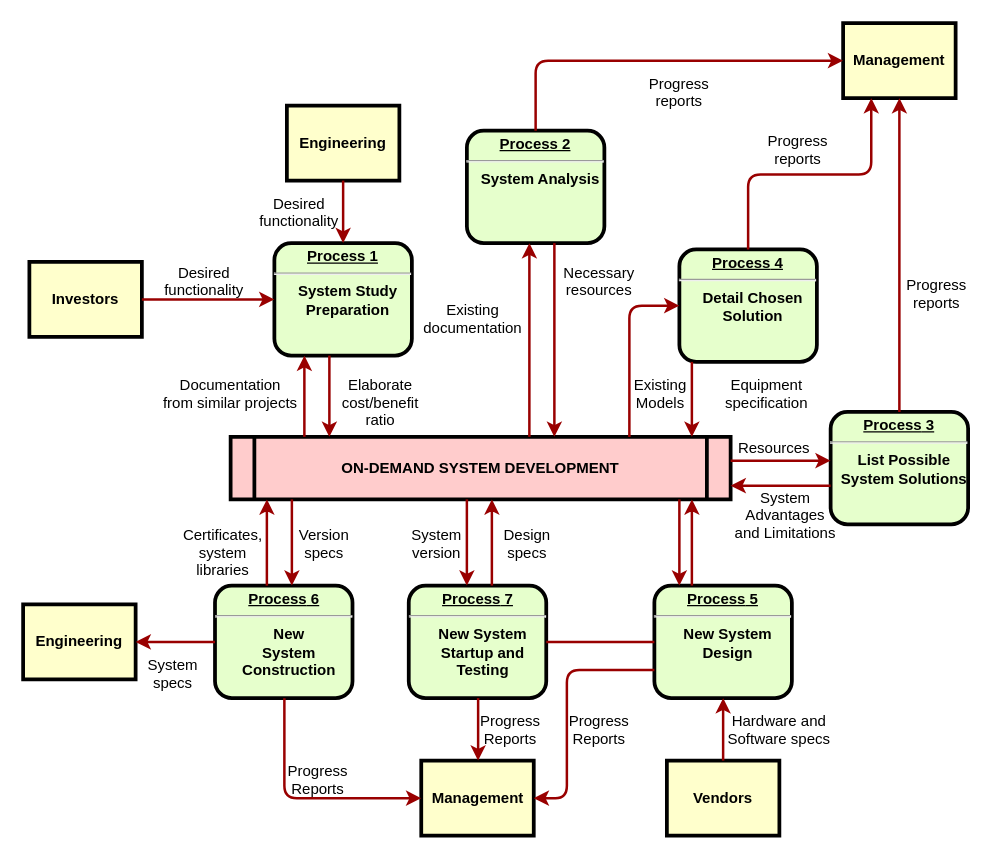
The draw.io diagram 未命名绘图.drawio in guangmingzhengda/Sanguosha, before the edit. Source tidied: cells renumbered, new cells numbered last; positions are measured from the earlier drawing's top-left corner, leaving out a move shared by most shapes. Both pictures are drawn from the tidied source at 125%, with x=0, y=0 at pixel (22, 22).
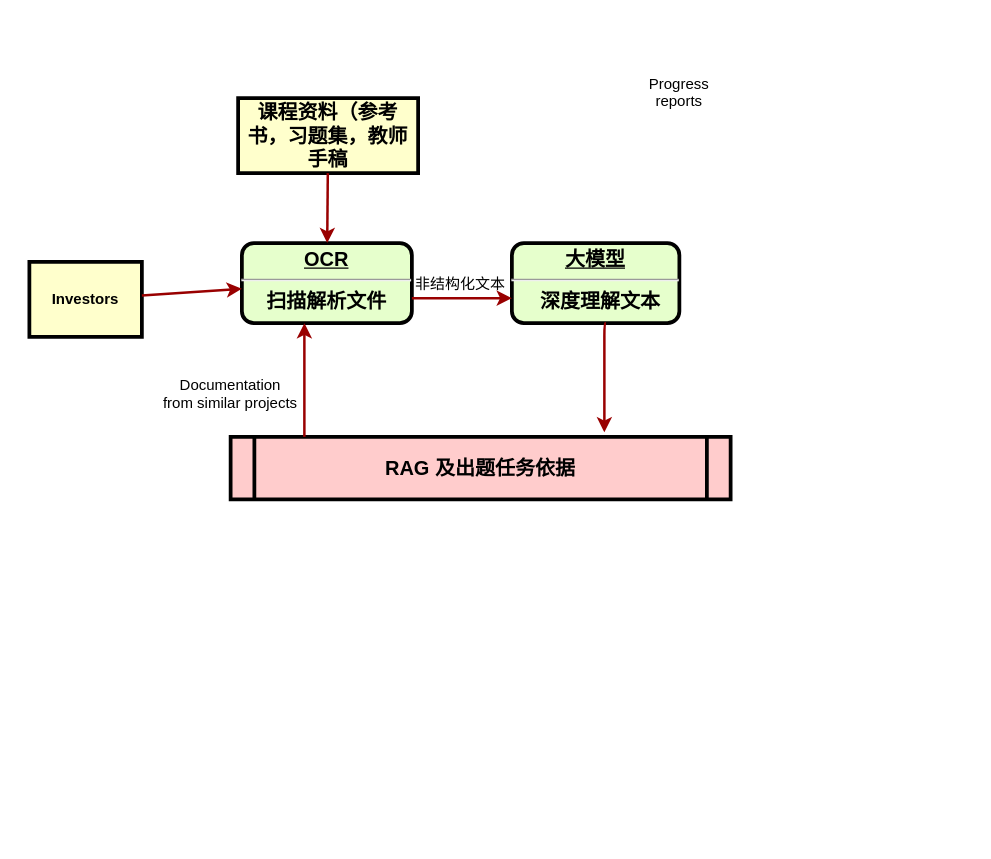
After the change.

Commit message:
更新未命名绘图.drawio

Change to the diagram source:
```diff
@@
-    <mxCell id="2" value="&lt;p style=&quot;margin: 0px; margin-top: 4px; text-align: center; text-decoration: underline;&quot;&gt;&lt;strong&gt;Process 1&lt;br /&gt;&lt;/strong&gt;&lt;/p&gt;&lt;hr /&gt;&lt;p style=&quot;margin: 0px; margin-left: 8px;&quot;&gt;System Study&lt;/p&gt;&lt;p style=&quot;margin: 0px; margin-left: 8px;&quot;&gt;Preparation&lt;/p&gt;" style="verticalAlign=middle;align=center;overflow=fill;fontSize=12;fontFamily=Helvetica;html=1;rounded=1;fontStyle=1;strokeWidth=3;fillColor=#E6FFCC;" parent="1" vertex="1">
-      <mxGeometry x="201" y="176" width="110" height="90" as="geometry" />
+    <mxCell id="2" value="&lt;p style=&quot;margin: 4px 0px 0px; text-decoration: underline;&quot;&gt;&lt;strong&gt;&lt;font style=&quot;font-size: 16px;&quot;&gt;OCR&lt;/font&gt;&lt;/strong&gt;&lt;/p&gt;&lt;hr&gt;&lt;font style=&quot;font-size: 16px;&quot;&gt;扫描解析文件&lt;/font&gt;" style="verticalAlign=middle;align=center;overflow=fill;fontSize=12;fontFamily=Helvetica;html=1;rounded=1;fontStyle=1;strokeWidth=3;fillColor=#E6FFCC;" parent="1" vertex="1">
+      <mxGeometry x="175" y="176" width="136" height="64" as="geometry" />
     </mxCell>
-    <mxCell id="3" value="Engineering" style="whiteSpace=wrap;align=center;verticalAlign=middle;fontStyle=1;strokeWidth=3;fillColor=#FFFFCC;" parent="1" vertex="1">
-      <mxGeometry x="211" y="66" width="90" height="60" as="geometry" />
+    <mxCell id="3" value="课程资料（参考书，习题集，教师手稿" style="whiteSpace=wrap;align=center;verticalAlign=middle;fontStyle=1;strokeWidth=3;fillColor=#FFFFCC;fontSize=16;" parent="1" vertex="1">
+      <mxGeometry x="172" y="60" width="144" height="60" as="geometry" />
     </mxCell>
@@
-    <mxCell id="5" value="ON-DEMAND SYSTEM DEVELOPMENT" style="shape=process;whiteSpace=wrap;align=center;verticalAlign=middle;size=0.0475;fontStyle=1;strokeWidth=3;fillColor=#FFCCCC;" parent="1" vertex="1">
+    <mxCell id="5" value="RAG 及出题任务依据" style="shape=process;whiteSpace=wrap;align=center;verticalAlign=middle;size=0.0475;fontStyle=1;strokeWidth=3;fillColor=#FFCCCC;fontSize=16;" parent="1" vertex="1">
       <mxGeometry x="166" y="331" width="400" height="50" as="geometry" />
     </mxCell>
-    <mxCell id="6" value="&lt;p style=&quot;margin: 0px; margin-top: 4px; text-align: center; text-decoration: underline;&quot;&gt;&lt;strong&gt;Process 2&lt;br /&gt;&lt;/strong&gt;&lt;/p&gt;&lt;hr /&gt;&lt;p style=&quot;margin: 0px; margin-left: 8px;&quot;&gt;System Analysis&lt;/p&gt;" style="verticalAlign=middle;align=center;overflow=fill;fontSize=12;fontFamily=Helvetica;html=1;rounded=1;fontStyle=1;strokeWidth=3;fillColor=#E6FFCC;" parent="1" vertex="1">
-      <mxGeometry x="355" y="86" width="110" height="90" as="geometry" />
+    <mxCell id="6" value="&lt;p style=&quot;margin: 4px 0px 0px; text-align: center; text-decoration: underline;&quot;&gt;&lt;font style=&quot;font-size: 16px;&quot;&gt;&lt;strong&gt;大模型&lt;/strong&gt;&lt;/font&gt;&lt;/p&gt;&lt;hr&gt;&lt;p style=&quot;margin: 0px; margin-left: 8px;&quot;&gt;&lt;font style=&quot;font-size: 16px;&quot;&gt;深度理解文本&lt;/font&gt;&lt;/p&gt;" style="verticalAlign=middle;align=center;overflow=fill;fontSize=12;fontFamily=Helvetica;html=1;rounded=1;fontStyle=1;strokeWidth=3;fillColor=#E6FFCC;" parent="1" vertex="1">
+      <mxGeometry x="391" y="176" width="134" height="64" as="geometry" />
     </mxCell>
-    <mxCell id="7" value="&lt;p style=&quot;margin: 0px; margin-top: 4px; text-align: center; text-decoration: underline;&quot;&gt;&lt;strong&gt;&lt;strong&gt;Process&lt;/strong&gt; 3&lt;br /&gt;&lt;/strong&gt;&lt;/p&gt;&lt;hr /&gt;&lt;p style=&quot;margin: 0px; margin-left: 8px;&quot;&gt;List Possible&lt;/p&gt;&lt;p style=&quot;margin: 0px; margin-left: 8px;&quot;&gt;System Solutions&lt;/p&gt;" style="verticalAlign=middle;align=center;overflow=fill;fontSize=12;fontFamily=Helvetica;html=1;rounded=1;fontStyle=1;strokeWidth=3;fillColor=#E6FFCC;" parent="1" vertex="1">
-      <mxGeometry x="646" y="311" width="110" height="90" as="geometry" />
-    </mxCell>
-    <mxCell id="8" value="&lt;p style=&quot;margin: 0px; margin-top: 4px; text-align: center; text-decoration: underline;&quot;&gt;&lt;strong&gt;&lt;strong&gt;Process&lt;/strong&gt; 4&lt;br /&gt;&lt;/strong&gt;&lt;/p&gt;&lt;hr /&gt;&lt;p style=&quot;margin: 0px; margin-left: 8px;&quot;&gt;Detail Chosen&lt;/p&gt;&lt;p style=&quot;margin: 0px; margin-left: 8px;&quot;&gt;Solution&lt;/p&gt;" style="verticalAlign=middle;align=center;overflow=fill;fontSize=12;fontFamily=Helvetica;html=1;rounded=1;fontStyle=1;strokeWidth=3;fillColor=#E6FFCC;" parent="1" vertex="1">
-      <mxGeometry x="525" y="181" width="110" height="90" as="geometry" />
-    </mxCell>
-    <mxCell id="9" value="&lt;p style=&quot;margin: 0px; margin-top: 4px; text-align: center; text-decoration: underline;&quot;&gt;&lt;strong&gt;&lt;strong&gt;Process&lt;/strong&gt; 5&lt;br /&gt;&lt;/strong&gt;&lt;/p&gt;&lt;hr /&gt;&lt;p style=&quot;margin: 0px; margin-left: 8px;&quot;&gt;New System&lt;/p&gt;&lt;p style=&quot;margin: 0px; margin-left: 8px;&quot;&gt;Design&lt;/p&gt;" style="verticalAlign=middle;align=center;overflow=fill;fontSize=12;fontFamily=Helvetica;html=1;rounded=1;fontStyle=1;strokeWidth=3;fillColor=#E6FFCC;" parent="1" vertex="1">
-      <mxGeometry x="505" y="450" width="110" height="90" as="geometry" />
-    </mxCell>
-    <mxCell id="10" value="&lt;p style=&quot;margin: 0px; margin-top: 4px; text-align: center; text-decoration: underline;&quot;&gt;&lt;strong&gt;&lt;strong&gt;Process&lt;/strong&gt; 6&lt;br /&gt;&lt;/strong&gt;&lt;/p&gt;&lt;hr /&gt;&lt;p style=&quot;margin: 0px; margin-left: 8px;&quot;&gt;New&lt;/p&gt;&lt;p style=&quot;margin: 0px; margin-left: 8px;&quot;&gt;System&lt;/p&gt;&lt;p style=&quot;margin: 0px; margin-left: 8px;&quot;&gt;Construction&lt;/p&gt;" style="verticalAlign=middle;align=center;overflow=fill;fontSize=12;fontFamily=Helvetica;html=1;rounded=1;fontStyle=1;strokeWidth=3;fillColor=#E6FFCC;" parent="1" vertex="1">
-      <mxGeometry x="153.5" y="450" width="110" height="90" as="geometry" />
-    </mxCell>
-    <mxCell id="11" value="Management" style="whiteSpace=wrap;align=center;verticalAlign=middle;fontStyle=1;strokeWidth=3;fillColor=#FFFFCC;" parent="1" vertex="1">
-      <mxGeometry x="656" width="90" height="60" as="geometry" />
-    </mxCell>
-    <mxCell id="12" value="Management" style="whiteSpace=wrap;align=center;verticalAlign=middle;fontStyle=1;strokeWidth=3;fillColor=#FFFFCC;" parent="1" vertex="1">
-      <mxGeometry x="318.5" y="590" width="90" height="60" as="geometry" />
-    </mxCell>
-    <mxCell id="13" value="Engineering" style="whiteSpace=wrap;align=center;verticalAlign=middle;fontStyle=1;strokeWidth=3;fillColor=#FFFFCC;" parent="1" vertex="1">
-      <mxGeometry y="465" width="90" height="60" as="geometry" />
-    </mxCell>
-    <mxCell id="14" value="Vendors" style="whiteSpace=wrap;align=center;verticalAlign=middle;fontStyle=1;strokeWidth=3;fillColor=#FFFFCC;" parent="1" vertex="1">
-      <mxGeometry x="515" y="590" width="90" height="60" as="geometry" />
-    </mxCell>
@@
-    <mxCell id="17" value="&lt;p style=&quot;margin: 0px; margin-top: 4px; text-align: center; text-decoration: underline;&quot;&gt;&lt;strong&gt;&lt;strong&gt;Process&lt;/strong&gt; 7&lt;br /&gt;&lt;/strong&gt;&lt;/p&gt;&lt;hr /&gt;&lt;p style=&quot;margin: 0px; margin-left: 8px;&quot;&gt;New System&lt;/p&gt;&lt;p style=&quot;margin: 0px; margin-left: 8px;&quot;&gt;Startup and&lt;/p&gt;&lt;p style=&quot;margin: 0px; margin-left: 8px;&quot;&gt;Testing&lt;/p&gt;" style="verticalAlign=middle;align=center;overflow=fill;fontSize=12;fontFamily=Helvetica;html=1;rounded=1;fontStyle=1;strokeWidth=3;fillColor=#E6FFCC;" parent="1" vertex="1">
-      <mxGeometry x="308.5" y="450" width="110" height="90" as="geometry" />
-    </mxCell>
-    <mxCell id="18" style="endArrow=none;noEdgeStyle=1;strokeColor=#990000;strokeWidth=2;" parent="1" edge="1" source="9" target="17">
-      <mxGeometry relative="1" as="geometry" />
-    </mxCell>
-    <mxCell id="19" value="Desired &#10;functionality" style="text;spacingTop=-5;align=center;" parent="1" vertex="1">
-      <mxGeometry x="130" y="191" width="30" height="20" as="geometry" />
+    <mxCell id="19" value="非结构化文本" style="text;spacingTop=-5;align=center;" parent="1" vertex="1">
+      <mxGeometry x="335" y="200" width="30" height="20" as="geometry" />
     </mxCell>
-    <mxCell id="20" value="Desired &#10;functionality" style="text;spacingTop=-5;align=center;" parent="1" vertex="1">
-      <mxGeometry x="206" y="136" width="30" height="20" as="geometry" />
-    </mxCell>
@@
-    <mxCell id="23" style="edgeStyle=elbowEdgeStyle;elbow=horizontal;strokeColor=#990000;strokeWidth=2;" parent="1" edge="1" source="2" target="5">
-      <mxGeometry relative="1" as="geometry">
-        <Array as="points">
-          <mxPoint x="245" y="300" />
-        </Array>
-      </mxGeometry>
-    </mxCell>
-    <mxCell id="24" value="Elaborate&#10;cost/benefit&#10;ratio" style="text;spacingTop=-5;align=center;" parent="1" vertex="1">
-      <mxGeometry x="271" y="281" width="30" height="20" as="geometry" />
-    </mxCell>
-    <mxCell id="25" style="edgeStyle=elbowEdgeStyle;elbow=horizontal;strokeColor=#990000;strokeWidth=2;" parent="1" edge="1" source="5" target="6">
-      <mxGeometry relative="1" as="geometry">
-        <Array as="points">
-          <mxPoint x="405" y="250" />
-        </Array>
-      </mxGeometry>
-    </mxCell>
-    <mxCell id="26" style="edgeStyle=elbowEdgeStyle;elbow=horizontal;strokeColor=#990000;strokeWidth=2;" parent="1" edge="1" source="6" target="5">
-      <mxGeometry relative="1" as="geometry">
-        <Array as="points">
-          <mxPoint x="425" y="260" />
-        </Array>
-      </mxGeometry>
-    </mxCell>
-    <mxCell id="27" value="Existing&#10;documentation" style="text;spacingTop=-5;align=center;" parent="1" vertex="1">
-      <mxGeometry x="345" y="221" width="30" height="20" as="geometry" />
-    </mxCell>
-    <mxCell id="28" value="Necessary&#10;resources" style="text;spacingTop=-5;align=center;" parent="1" vertex="1">
-      <mxGeometry x="446" y="191" width="30" height="20" as="geometry" />
-    </mxCell>
@@
-    <mxCell id="30" value="Progress&#10;reports" style="text;spacingTop=-5;align=center;" parent="1" vertex="1">
-      <mxGeometry x="605" y="86" width="30" height="20" as="geometry" />
-    </mxCell>
-    <mxCell id="31" value="Progress&#10;reports" style="text;spacingTop=-5;align=center;" parent="1" vertex="1">
-      <mxGeometry x="716" y="201" width="30" height="20" as="geometry" />
-    </mxCell>
-    <mxCell id="32" style="edgeStyle=elbowEdgeStyle;elbow=horizontal;strokeColor=#990000;strokeWidth=2;" parent="1" edge="1" source="6" target="11">
-      <mxGeometry relative="1" as="geometry">
-        <Array as="points">
-          <mxPoint x="410" y="80" />
-        </Array>
-      </mxGeometry>
-    </mxCell>
-    <mxCell id="33" style="edgeStyle=elbowEdgeStyle;elbow=vertical;entryX=0.25;entryY=1;strokeColor=#990000;strokeWidth=2;" parent="1" edge="1" source="8" target="11">
-      <mxGeometry relative="1" as="geometry" />
-    </mxCell>
-    <mxCell id="34" style="edgeStyle=elbowEdgeStyle;elbow=horizontal;strokeColor=#990000;strokeWidth=2;" parent="1" edge="1" source="7" target="11">
-      <mxGeometry relative="1" as="geometry" />
-    </mxCell>
-    <mxCell id="35" style="edgeStyle=elbowEdgeStyle;elbow=horizontal;strokeColor=#990000;strokeWidth=2;" parent="1" edge="1" source="8" target="5">
-      <mxGeometry relative="1" as="geometry">
-        <Array as="points">
-          <mxPoint x="535" y="300" />
-        </Array>
-      </mxGeometry>
-    </mxCell>
-    <mxCell id="36" style="edgeStyle=segmentEdgeStyle;strokeColor=#990000;strokeWidth=2;" parent="1" edge="1" source="5" target="8">
-      <mxGeometry relative="1" as="geometry">
-        <Array as="points">
-          <mxPoint x="485" y="226" />
-        </Array>
-      </mxGeometry>
-    </mxCell>
-    <mxCell id="37" value="Existing&#10;Models" style="text;spacingTop=-5;align=center;" parent="1" vertex="1">
-      <mxGeometry x="495" y="281" width="30" height="20" as="geometry" />
-    </mxCell>
-    <mxCell id="38" value="Equipment&#10;specification" style="text;spacingTop=-5;align=center;" parent="1" vertex="1">
-      <mxGeometry x="580" y="281" width="30" height="20" as="geometry" />
-    </mxCell>
-    <mxCell id="39" style="edgeStyle=elbowEdgeStyle;elbow=vertical;strokeColor=#990000;strokeWidth=2;" parent="1" edge="1" source="5" target="7">
-      <mxGeometry relative="1" as="geometry">
-        <Array as="points">
-          <mxPoint x="615" y="350" />
-        </Array>
-      </mxGeometry>
-    </mxCell>
-    <mxCell id="40" style="edgeStyle=elbowEdgeStyle;elbow=vertical;strokeColor=#990000;strokeWidth=2;" parent="1" edge="1" source="7" target="5">
-      <mxGeometry relative="1" as="geometry">
-        <Array as="points">
-          <mxPoint x="615" y="370" />
-        </Array>
-      </mxGeometry>
-    </mxCell>
-    <mxCell id="41" value="Resources" style="text;spacingTop=-5;align=center;" parent="1" vertex="1">
-      <mxGeometry x="586" y="331" width="30" height="20" as="geometry" />
-    </mxCell>
-    <mxCell id="42" value="System &#10;Advantages &#10;and Limitations" style="text;spacingTop=-5;align=center;" parent="1" vertex="1">
-      <mxGeometry x="595" y="371" width="30" height="20" as="geometry" />
-    </mxCell>
-    <mxCell id="43" style="edgeStyle=elbowEdgeStyle;elbow=horizontal;strokeColor=#990000;strokeWidth=2;" parent="1" edge="1" source="9" target="5">
-      <mxGeometry relative="1" as="geometry">
-        <Array as="points">
-          <mxPoint x="535" y="410" />
-        </Array>
-      </mxGeometry>
-    </mxCell>
-    <mxCell id="44" style="edgeStyle=elbowEdgeStyle;elbow=horizontal;strokeColor=#990000;strokeWidth=2;" parent="1" edge="1" source="5" target="9">
-      <mxGeometry relative="1" as="geometry">
-        <Array as="points">
-          <mxPoint x="525" y="420" />
-        </Array>
-      </mxGeometry>
-    </mxCell>
-    <mxCell id="45" style="edgeStyle=elbowEdgeStyle;elbow=horizontal;strokeColor=#990000;strokeWidth=2;" parent="1" edge="1" source="14" target="9">
-      <mxGeometry relative="1" as="geometry" />
-    </mxCell>
-    <mxCell id="46" value="Hardware and&#10;Software specs" style="text;spacingTop=-5;align=center;" parent="1" vertex="1">
-      <mxGeometry x="590" y="550" width="30" height="20" as="geometry" />
-    </mxCell>
-    <mxCell id="47" style="edgeStyle=elbowEdgeStyle;elbow=horizontal;exitX=0;exitY=0.75;strokeColor=#990000;strokeWidth=2;" parent="1" edge="1" source="9" target="12">
-      <mxGeometry relative="1" as="geometry">
-        <Array as="points">
-          <mxPoint x="435" y="570" />
-        </Array>
-      </mxGeometry>
-    </mxCell>
-    <mxCell id="48" value="Progress&#10;Reports" style="text;spacingTop=-5;align=center;" parent="1" vertex="1">
-      <mxGeometry x="446" y="550" width="30" height="20" as="geometry" />
-    </mxCell>
-    <mxCell id="49" style="edgeStyle=elbowEdgeStyle;elbow=horizontal;strokeColor=#990000;strokeWidth=2;" parent="1" edge="1" source="17" target="12">
-      <mxGeometry relative="1" as="geometry" />
-    </mxCell>
-    <mxCell id="50" value="Progress&#10;Reports" style="text;spacingTop=-5;align=center;" parent="1" vertex="1">
-      <mxGeometry x="375" y="550" width="30" height="20" as="geometry" />
-    </mxCell>
-    <mxCell id="51" style="edgeStyle=elbowEdgeStyle;elbow=horizontal;strokeColor=#990000;strokeWidth=2;" parent="1" edge="1" source="10" target="12">
-      <mxGeometry relative="1" as="geometry">
-        <Array as="points">
-          <mxPoint x="209" y="570" />
-        </Array>
-      </mxGeometry>
-    </mxCell>
-    <mxCell id="52" value="Progress&#10;Reports" style="text;spacingTop=-5;align=center;" parent="1" vertex="1">
-      <mxGeometry x="221" y="590" width="30" height="20" as="geometry" />
-    </mxCell>
-    <mxCell id="53" style="edgeStyle=elbowEdgeStyle;elbow=vertical;strokeColor=#990000;strokeWidth=2;" parent="1" edge="1" source="10" target="13">
-      <mxGeometry relative="1" as="geometry" />
-    </mxCell>
-    <mxCell id="54" style="edgeStyle=elbowEdgeStyle;elbow=horizontal;strokeColor=#990000;strokeWidth=2;" parent="1" edge="1" source="5" target="17">
-      <mxGeometry relative="1" as="geometry">
-        <Array as="points">
-          <mxPoint x="355" y="410" />
-        </Array>
-      </mxGeometry>
-    </mxCell>
-    <mxCell id="55" style="edgeStyle=elbowEdgeStyle;elbow=horizontal;strokeColor=#990000;strokeWidth=2;" parent="1" edge="1" source="17" target="5">
-      <mxGeometry relative="1" as="geometry">
-        <Array as="points">
-          <mxPoint x="375" y="410" />
-        </Array>
-      </mxGeometry>
-    </mxCell>
-    <mxCell id="56" value="Version&#10;specs" style="text;spacingTop=-5;align=center;" parent="1" vertex="1">
-      <mxGeometry x="226" y="401" width="30" height="20" as="geometry" />
-    </mxCell>
-    <mxCell id="57" value="Certificates,&#10;system&#10;libraries" style="text;spacingTop=-5;align=center;" parent="1" vertex="1">
-      <mxGeometry x="145" y="401" width="30" height="20" as="geometry" />
-    </mxCell>
-    <mxCell id="58" style="edgeStyle=elbowEdgeStyle;elbow=horizontal;strokeColor=#990000;strokeWidth=2;" parent="1" edge="1" source="5" target="10">
-      <mxGeometry relative="1" as="geometry">
-        <Array as="points">
-          <mxPoint x="215" y="410" />
-        </Array>
-      </mxGeometry>
-    </mxCell>
-    <mxCell id="59" style="edgeStyle=elbowEdgeStyle;elbow=horizontal;strokeColor=#990000;strokeWidth=2;" parent="1" edge="1" source="10" target="5">
-      <mxGeometry relative="1" as="geometry">
-        <Array as="points">
-          <mxPoint x="195" y="410" />
-        </Array>
-      </mxGeometry>
-    </mxCell>
-    <mxCell id="60" value="System&#10;specs" style="text;spacingTop=-5;align=center;" parent="1" vertex="1">
-      <mxGeometry x="105" y="505" width="30" height="20" as="geometry" />
-    </mxCell>
-    <mxCell id="61" value="Design&#10;specs" style="text;spacingTop=-5;align=center;" parent="1" vertex="1">
-      <mxGeometry x="388.5" y="401" width="30" height="20" as="geometry" />
-    </mxCell>
-    <mxCell id="62" value="System&#10;version" style="text;spacingTop=-5;align=center;" parent="1" vertex="1">
-      <mxGeometry x="316" y="401" width="30" height="20" as="geometry" />
-    </mxCell>
+    <mxCell id="63" style="edgeStyle=elbowEdgeStyle;elbow=vertical;strokeColor=#990000;strokeWidth=2;" parent="1" edge="1">
+      <mxGeometry relative="1" as="geometry">
+        <mxPoint x="311" y="220" as="sourcePoint" />
+        <mxPoint x="391" y="220" as="targetPoint" />
+        <Array as="points">
+          <mxPoint x="360" y="220" />
+        </Array>
+      </mxGeometry>
+    </mxCell>
+    <mxCell id="64" style="edgeStyle=elbowEdgeStyle;elbow=horizontal;strokeColor=#990000;strokeWidth=2;exitX=0.412;exitY=1.056;exitDx=0;exitDy=0;exitPerimeter=0;" parent="1" edge="1">
+      <mxGeometry relative="1" as="geometry">
+        <mxPoint x="466.2" y="240" as="sourcePoint" />
+        <mxPoint x="465" y="327.4" as="targetPoint" />
+        <Array as="points">
+          <mxPoint x="465" y="286.4" />
+          <mxPoint x="455" y="296.4" />
+        </Array>
+      </mxGeometry>
+    </mxCell>
```
